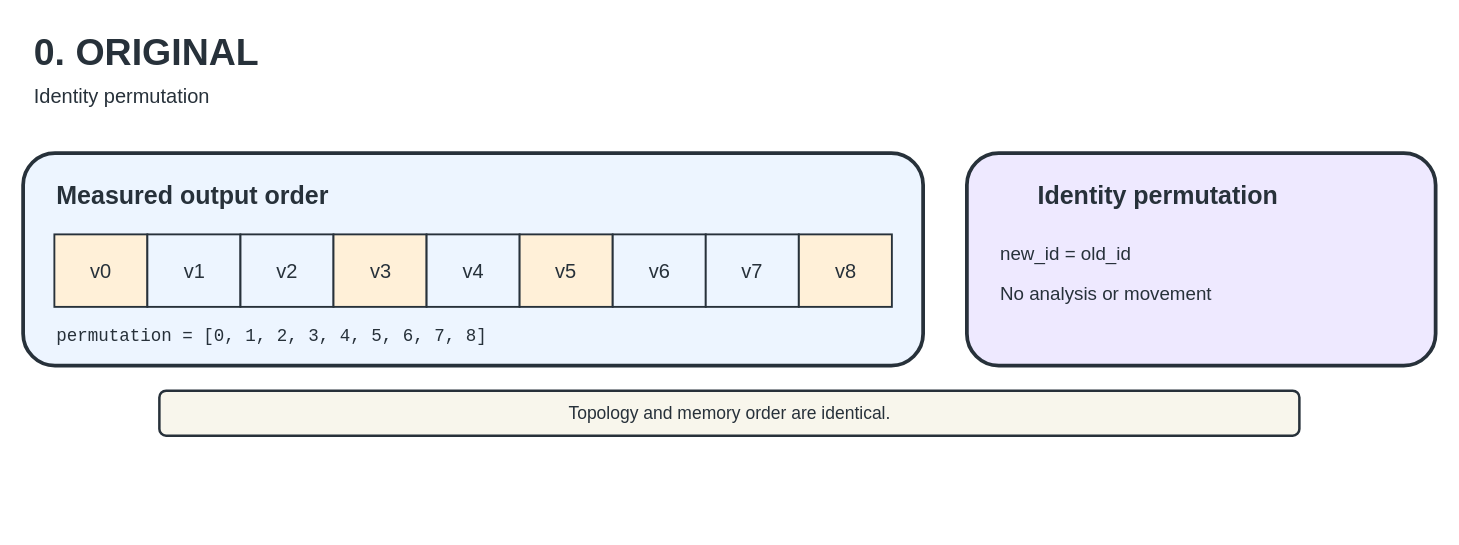
Earlier version of the draw.io diagram page "ORIGINAL" (2 of 18) of docs/figures/editable/GraphBrew-reordering-figures.drawio (UVA-LavaLab/GraphBrew). Source tidied: cells renumbered, new cells numbered last; positions are measured from the earlier drawing's top-left corner, leaving out a move shared by most shapes. Both pictures are drawn from the tidied source at 125%, with x=0, y=0 at pixel (22, 21).
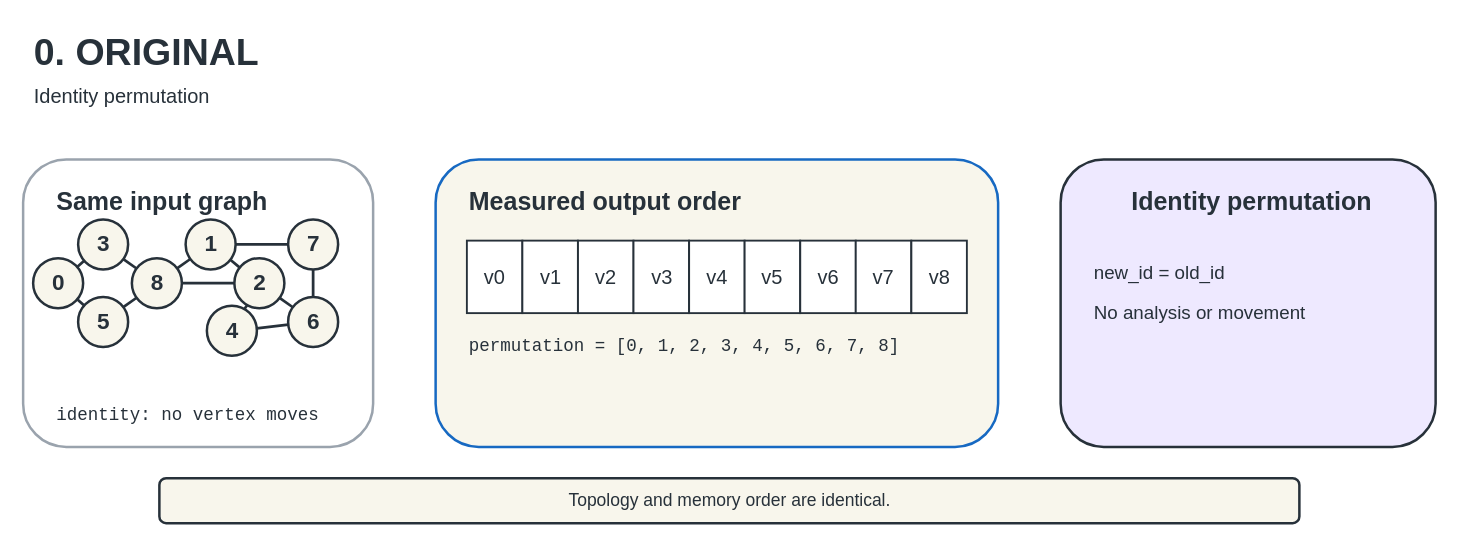
The same page after the edit.

The edit, as a diff of the source:
```diff
@@
+    <mxCell id="21" style="rounded=1;html=1;fillColor=#FFFFFF;strokeColor=#9AA3AD;strokeWidth=2;" parent="1" vertex="1">
+      <mxGeometry y="110" width="280" height="230" as="geometry" />
+    </mxCell>
-    <mxCell id="4" style="rounded=1;html=1;fillColor=#EDF5FF;strokeColor=#27313A;strokeWidth=3;" parent="1" vertex="1">
-      <mxGeometry y="105" width="720" height="170" as="geometry" />
+    <mxCell id="4" style="rounded=1;html=1;fillColor=#F8F6EC;strokeColor=#1769C2;strokeWidth=2;" parent="1" vertex="1">
+      <mxGeometry x="330" y="110" width="450" height="230" as="geometry" />
     </mxCell>
-    <mxCell id="5" style="rounded=1;html=1;fillColor=#EEE9FF;strokeColor=#27313A;strokeWidth=3;" parent="1" vertex="1">
-      <mxGeometry x="755" y="105" width="375" height="170" as="geometry" />
+    <mxCell id="5" style="rounded=1;html=1;fillColor=#EEE9FF;strokeColor=#27313A;strokeWidth=2;" parent="1" vertex="1">
+      <mxGeometry x="830" y="110" width="300" height="230" as="geometry" />
     </mxCell>
+    <mxCell id="22" value="Same input graph" style="text;html=1;strokeColor=none;fillColor=none;fontSize=20;fontStyle=1;fontColor=#27313A;" parent="1" vertex="1">
+      <mxGeometry x="25" y="125" width="220" height="35" as="geometry" />
+    </mxCell>
     <mxCell id="6" value="Measured output order" style="text;html=1;strokeColor=none;fillColor=none;fontSize=20;fontStyle=1;fontColor=#27313A;" parent="1" vertex="1">
-      <mxGeometry x="25" y="120" width="300" height="35" as="geometry" />
+      <mxGeometry x="355" y="125" width="300" height="35" as="geometry" />
     </mxCell>
     <mxCell id="7" value="Identity permutation" style="text;html=1;strokeColor=none;fillColor=none;fontSize=20;fontStyle=1;fontColor=#27313A;" parent="1" vertex="1">
-      <mxGeometry x="810" y="120" width="300" height="35" as="geometry" />
+      <mxGeometry x="885" y="125" width="220" height="35" as="geometry" />
     </mxCell>
     <mxCell id="8" value="Topology and memory order are identical." style="rounded=1;html=1;fillColor=#F8F6EC;strokeColor=#27313A;strokeWidth=2;fontSize=14;fontColor=#27313A;align=center;" parent="1" vertex="1">
-      <mxGeometry x="109" y="295" width="912" height="36" as="geometry" />
+      <mxGeometry x="109" y="365" width="912" height="36" as="geometry" />
     </mxCell>
+    <mxCell id="23" style="endArrow=none;html=1;rounded=0;strokeColor=#27313A;strokeWidth=2.2;" parent="1" edge="1" source="35" target="38">
+      <mxGeometry relative="1" as="geometry" />
+    </mxCell>
+    <mxCell id="24" style="endArrow=none;html=1;rounded=0;strokeColor=#27313A;strokeWidth=2.2;" parent="1" edge="1" source="35" target="40">
+      <mxGeometry relative="1" as="geometry" />
+    </mxCell>
+    <mxCell id="25" style="endArrow=none;html=1;rounded=0;strokeColor=#27313A;strokeWidth=2.2;" parent="1" edge="1" source="38" target="43">
+      <mxGeometry relative="1" as="geometry" />
+    </mxCell>
+    <mxCell id="26" style="endArrow=none;html=1;rounded=0;strokeColor=#27313A;strokeWidth=2.2;" parent="1" edge="1" source="40" target="43">
+      <mxGeometry relative="1" as="geometry" />
+    </mxCell>
+    <mxCell id="27" style="endArrow=none;html=1;rounded=0;strokeColor=#27313A;strokeWidth=2.2;" parent="1" edge="1" source="43" target="36">
+      <mxGeometry relative="1" as="geometry" />
+    </mxCell>
+    <mxCell id="28" style="endArrow=none;html=1;rounded=0;strokeColor=#27313A;strokeWidth=2.2;" parent="1" edge="1" source="43" target="37">
+      <mxGeometry relative="1" as="geometry" />
+    </mxCell>
+    <mxCell id="29" style="endArrow=none;html=1;rounded=0;strokeColor=#27313A;strokeWidth=2.2;" parent="1" edge="1" source="36" target="37">
+      <mxGeometry relative="1" as="geometry" />
+    </mxCell>
+    <mxCell id="30" style="endArrow=none;html=1;rounded=0;strokeColor=#27313A;strokeWidth=2.2;" parent="1" edge="1" source="36" target="42">
+      <mxGeometry relative="1" as="geometry" />
+    </mxCell>
+    <mxCell id="31" style="endArrow=none;html=1;rounded=0;strokeColor=#27313A;strokeWidth=2.2;" parent="1" edge="1" source="37" target="39">
+      <mxGeometry relative="1" as="geometry" />
+    </mxCell>
+    <mxCell id="32" style="endArrow=none;html=1;rounded=0;strokeColor=#27313A;strokeWidth=2.2;" parent="1" edge="1" source="37" target="41">
+      <mxGeometry relative="1" as="geometry" />
+    </mxCell>
+    <mxCell id="33" style="endArrow=none;html=1;rounded=0;strokeColor=#27313A;strokeWidth=2.2;" parent="1" edge="1" source="39" target="41">
+      <mxGeometry relative="1" as="geometry" />
+    </mxCell>
+    <mxCell id="34" style="endArrow=none;html=1;rounded=0;strokeColor=#27313A;strokeWidth=2.2;" parent="1" edge="1" source="41" target="42">
+      <mxGeometry relative="1" as="geometry" />
+    </mxCell>
+    <mxCell id="35" value="0" style="ellipse;html=1;align=center;fillColor=#F8F6EC;strokeColor=#27313A;strokeWidth=2;fontSize=18;fontStyle=1;fontColor=#27313A;" parent="1" vertex="1">
+      <mxGeometry x="8" y="189" width="40" height="40" as="geometry" />
+    </mxCell>
+    <mxCell id="36" value="1" style="ellipse;html=1;align=center;fillColor=#F8F6EC;strokeColor=#27313A;strokeWidth=2;fontSize=18;fontStyle=1;fontColor=#27313A;" parent="1" vertex="1">
+      <mxGeometry x="130" y="158" width="40" height="40" as="geometry" />
+    </mxCell>
+    <mxCell id="37" value="2" style="ellipse;html=1;align=center;fillColor=#F8F6EC;strokeColor=#27313A;strokeWidth=2;fontSize=18;fontStyle=1;fontColor=#27313A;" parent="1" vertex="1">
+      <mxGeometry x="169" y="189" width="40" height="40" as="geometry" />
+    </mxCell>
+    <mxCell id="38" value="3" style="ellipse;html=1;align=center;fillColor=#F8F6EC;strokeColor=#27313A;strokeWidth=2;fontSize=18;fontStyle=1;fontColor=#27313A;" parent="1" vertex="1">
+      <mxGeometry x="44" y="158" width="40" height="40" as="geometry" />
+    </mxCell>
+    <mxCell id="39" value="4" style="ellipse;html=1;align=center;fillColor=#F8F6EC;strokeColor=#27313A;strokeWidth=2;fontSize=18;fontStyle=1;fontColor=#27313A;" parent="1" vertex="1">
+      <mxGeometry x="147" y="227" width="40" height="40" as="geometry" />
+    </mxCell>
+    <mxCell id="40" value="5" style="ellipse;html=1;align=center;fillColor=#F8F6EC;strokeColor=#27313A;strokeWidth=2;fontSize=18;fontStyle=1;fontColor=#27313A;" parent="1" vertex="1">
+      <mxGeometry x="44" y="220" width="40" height="40" as="geometry" />
+    </mxCell>
+    <mxCell id="41" value="6" style="ellipse;html=1;align=center;fillColor=#F8F6EC;strokeColor=#27313A;strokeWidth=2;fontSize=18;fontStyle=1;fontColor=#27313A;" parent="1" vertex="1">
+      <mxGeometry x="212" y="220" width="40" height="40" as="geometry" />
+    </mxCell>
+    <mxCell id="42" value="7" style="ellipse;html=1;align=center;fillColor=#F8F6EC;strokeColor=#27313A;strokeWidth=2;fontSize=18;fontStyle=1;fontColor=#27313A;" parent="1" vertex="1">
+      <mxGeometry x="212" y="158" width="40" height="40" as="geometry" />
+    </mxCell>
+    <mxCell id="43" value="8" style="ellipse;html=1;align=center;fillColor=#F8F6EC;strokeColor=#27313A;strokeWidth=2;fontSize=18;fontStyle=1;fontColor=#27313A;" parent="1" vertex="1">
+      <mxGeometry x="87" y="189" width="40" height="40" as="geometry" />
+    </mxCell>
+    <mxCell id="44" value="identity: no vertex moves" style="text;html=1;strokeColor=none;fillColor=none;fontSize=14;fontFamily=Consolas;fontColor=#27313A;" parent="1" vertex="1">
+      <mxGeometry x="25" y="300" width="230" height="28" as="geometry" />
+    </mxCell>
-    <mxCell id="9" value="v0" style="rounded=0;html=1;align=center;verticalAlign=middle;fillColor=#FFF0D8;strokeColor=#27313A;strokeWidth=1.5;fontSize=16;fontColor=#27313A;" parent="1" vertex="1">
-      <mxGeometry x="25" y="170" width="74.4" height="58" as="geometry" />
+    <mxCell id="9" value="v0" style="rounded=0;html=1;align=center;verticalAlign=middle;fillColor=#FFFFFF;strokeColor=#27313A;strokeWidth=1.5;fontSize=16;fontColor=#27313A;" parent="1" vertex="1">
+      <mxGeometry x="355" y="175" width="44.4" height="58" as="geometry" />
     </mxCell>
-    <mxCell id="10" value="v1" style="rounded=0;html=1;align=center;verticalAlign=middle;fillColor=#EDF5FF;strokeColor=#27313A;strokeWidth=1.5;fontSize=16;fontColor=#27313A;" parent="1" vertex="1">
-      <mxGeometry x="99.4" y="170" width="74.4" height="58" as="geometry" />
+    <mxCell id="10" value="v1" style="rounded=0;html=1;align=center;verticalAlign=middle;fillColor=#FFFFFF;strokeColor=#27313A;strokeWidth=1.5;fontSize=16;fontColor=#27313A;" parent="1" vertex="1">
+      <mxGeometry x="399.4" y="175" width="44.4" height="58" as="geometry" />
     </mxCell>
-    <mxCell id="11" value="v2" style="rounded=0;html=1;align=center;verticalAlign=middle;fillColor=#EDF5FF;strokeColor=#27313A;strokeWidth=1.5;fontSize=16;fontColor=#27313A;" parent="1" vertex="1">
-      <mxGeometry x="173.9" y="170" width="74.4" height="58" as="geometry" />
+    <mxCell id="11" value="v2" style="rounded=0;html=1;align=center;verticalAlign=middle;fillColor=#FFFFFF;strokeColor=#27313A;strokeWidth=1.5;fontSize=16;fontColor=#27313A;" parent="1" vertex="1">
+      <mxGeometry x="443.9" y="175" width="44.4" height="58" as="geometry" />
     </mxCell>
-    <mxCell id="12" value="v3" style="rounded=0;html=1;align=center;verticalAlign=middle;fillColor=#FFF0D8;strokeColor=#27313A;strokeWidth=1.5;fontSize=16;fontColor=#27313A;" parent="1" vertex="1">
-      <mxGeometry x="248.3" y="170" width="74.4" height="58" as="geometry" />
+    <mxCell id="12" value="v3" style="rounded=0;html=1;align=center;verticalAlign=middle;fillColor=#FFFFFF;strokeColor=#27313A;strokeWidth=1.5;fontSize=16;fontColor=#27313A;" parent="1" vertex="1">
+      <mxGeometry x="488.3" y="175" width="44.4" height="58" as="geometry" />
     </mxCell>
-    <mxCell id="13" value="v4" style="rounded=0;html=1;align=center;verticalAlign=middle;fillColor=#EDF5FF;strokeColor=#27313A;strokeWidth=1.5;fontSize=16;fontColor=#27313A;" parent="1" vertex="1">
-      <mxGeometry x="322.8" y="170" width="74.4" height="58" as="geometry" />
+    <mxCell id="13" value="v4" style="rounded=0;html=1;align=center;verticalAlign=middle;fillColor=#FFFFFF;strokeColor=#27313A;strokeWidth=1.5;fontSize=16;fontColor=#27313A;" parent="1" vertex="1">
+      <mxGeometry x="532.8" y="175" width="44.4" height="58" as="geometry" />
     </mxCell>
-    <mxCell id="14" value="v5" style="rounded=0;html=1;align=center;verticalAlign=middle;fillColor=#FFF0D8;strokeColor=#27313A;strokeWidth=1.5;fontSize=16;fontColor=#27313A;" parent="1" vertex="1">
-      <mxGeometry x="397.2" y="170" width="74.4" height="58" as="geometry" />
+    <mxCell id="14" value="v5" style="rounded=0;html=1;align=center;verticalAlign=middle;fillColor=#FFFFFF;strokeColor=#27313A;strokeWidth=1.5;fontSize=16;fontColor=#27313A;" parent="1" vertex="1">
+      <mxGeometry x="577.2" y="175" width="44.4" height="58" as="geometry" />
     </mxCell>
-    <mxCell id="15" value="v6" style="rounded=0;html=1;align=center;verticalAlign=middle;fillColor=#EDF5FF;strokeColor=#27313A;strokeWidth=1.5;fontSize=16;fontColor=#27313A;" parent="1" vertex="1">
-      <mxGeometry x="471.7" y="170" width="74.4" height="58" as="geometry" />
+    <mxCell id="15" value="v6" style="rounded=0;html=1;align=center;verticalAlign=middle;fillColor=#FFFFFF;strokeColor=#27313A;strokeWidth=1.5;fontSize=16;fontColor=#27313A;" parent="1" vertex="1">
+      <mxGeometry x="621.7" y="175" width="44.4" height="58" as="geometry" />
     </mxCell>
-    <mxCell id="16" value="v7" style="rounded=0;html=1;align=center;verticalAlign=middle;fillColor=#EDF5FF;strokeColor=#27313A;strokeWidth=1.5;fontSize=16;fontColor=#27313A;" parent="1" vertex="1">
-      <mxGeometry x="546.1" y="170" width="74.4" height="58" as="geometry" />
+    <mxCell id="16" value="v7" style="rounded=0;html=1;align=center;verticalAlign=middle;fillColor=#FFFFFF;strokeColor=#27313A;strokeWidth=1.5;fontSize=16;fontColor=#27313A;" parent="1" vertex="1">
+      <mxGeometry x="666.1" y="175" width="44.4" height="58" as="geometry" />
     </mxCell>
-    <mxCell id="17" value="v8" style="rounded=0;html=1;align=center;verticalAlign=middle;fillColor=#FFF0D8;strokeColor=#27313A;strokeWidth=1.5;fontSize=16;fontColor=#27313A;" parent="1" vertex="1">
-      <mxGeometry x="620.6" y="170" width="74.4" height="58" as="geometry" />
+    <mxCell id="17" value="v8" style="rounded=0;html=1;align=center;verticalAlign=middle;fillColor=#FFFFFF;strokeColor=#27313A;strokeWidth=1.5;fontSize=16;fontColor=#27313A;" parent="1" vertex="1">
+      <mxGeometry x="710.6" y="175" width="44.4" height="58" as="geometry" />
     </mxCell>
     <mxCell id="18" value="permutation = [0, 1, 2, 3, 4, 5, 6, 7, 8]" style="text;html=1;strokeColor=none;fillColor=none;fontSize=14;fontFamily=Consolas;fontColor=#27313A;" parent="1" vertex="1">
-      <mxGeometry x="25" y="237" width="670" height="28" as="geometry" />
+      <mxGeometry x="355" y="245" width="400" height="28" as="geometry" />
     </mxCell>
     <mxCell id="19" value="new_id = old_id" style="text;html=1;strokeColor=none;fillColor=none;fontSize=15;fontColor=#27313A;" parent="1" vertex="1">
-      <mxGeometry x="780" y="170" width="325" height="28" as="geometry" />
+      <mxGeometry x="855" y="185" width="250" height="28" as="geometry" />
     </mxCell>
     <mxCell id="20" value="No analysis or movement" style="text;html=1;strokeColor=none;fillColor=none;fontSize=15;fontColor=#27313A;" parent="1" vertex="1">
-      <mxGeometry x="780" y="202" width="325" height="28" as="geometry" />
+      <mxGeometry x="855" y="217" width="250" height="28" as="geometry" />
     </mxCell>
```
